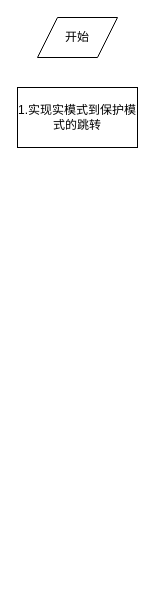
Earlier version of the draw.io diagram 操作系统课设/操作系统课设.drawio (AgentGuo/flow_chart). Source tidied: cells renumbered, new cells numbered last; positions are measured from the earlier drawing's top-left corner, leaving out a move shared by most shapes. Both pictures are drawn from the tidied source at 100%, with x=0, y=0 at pixel (17, 17).
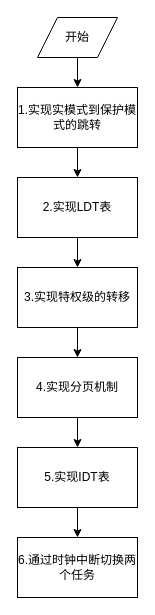
Above is the later version.

Commit message:
Update 操作系统课设.drawio

The edit, as a diff of the source:
```diff
@@
 <mxGraphModel>
   <root>
     <mxCell id="0" />
     <mxCell id="1" parent="0" />
+    <mxCell id="4" style="edgeStyle=orthogonalEdgeStyle;rounded=0;jettySize=auto;html=1;" parent="1" edge="1" source="2" target="3">
+      <mxGeometry relative="1" as="geometry" />
+    </mxCell>
     <mxCell id="2" value="开始" style="shape=parallelogram;perimeter=parallelogramPerimeter;whiteSpace=wrap;html=1;fixedSize=1;" parent="1" vertex="1">
       <mxGeometry x="20" width="80" height="40" as="geometry" />
     </mxCell>
+    <mxCell id="5" style="edgeStyle=orthogonalEdgeStyle;rounded=0;jettySize=auto;html=1;" parent="1" edge="1" source="3" target="7">
+      <mxGeometry relative="1" as="geometry" />
+    </mxCell>
     <mxCell id="3" value="1.实现实模式到保护模式的跳转" style="rounded=0;whiteSpace=wrap;html=1;" parent="1" vertex="1">
       <mxGeometry y="70" width="120" height="60" as="geometry" />
     </mxCell>
+    <mxCell id="6" style="edgeStyle=orthogonalEdgeStyle;rounded=0;jettySize=auto;html=1;" parent="1" edge="1" source="7" target="9">
+      <mxGeometry relative="1" as="geometry" />
+    </mxCell>
+    <mxCell id="7" value="2.实现LDT表" style="whiteSpace=wrap;html=1;" parent="1" vertex="1">
+      <mxGeometry y="160" width="120" height="60" as="geometry" />
+    </mxCell>
+    <mxCell id="8" style="edgeStyle=orthogonalEdgeStyle;rounded=0;jettySize=auto;html=1;" parent="1" edge="1" source="9" target="11">
+      <mxGeometry relative="1" as="geometry" />
+    </mxCell>
+    <mxCell id="9" value="3.实现特权级的转移" style="whiteSpace=wrap;html=1;" parent="1" vertex="1">
+      <mxGeometry y="250" width="120" height="60" as="geometry" />
+    </mxCell>
+    <mxCell id="10" style="edgeStyle=orthogonalEdgeStyle;rounded=0;jettySize=auto;html=1;" parent="1" edge="1" source="11" target="13">
+      <mxGeometry relative="1" as="geometry" />
+    </mxCell>
+    <mxCell id="11" value="4.实现分页机制" style="whiteSpace=wrap;html=1;" parent="1" vertex="1">
+      <mxGeometry y="340" width="120" height="60" as="geometry" />
+    </mxCell>
+    <mxCell id="12" style="edgeStyle=orthogonalEdgeStyle;rounded=0;jettySize=auto;html=1;" parent="1" edge="1" source="13" target="14">
+      <mxGeometry relative="1" as="geometry" />
+    </mxCell>
+    <mxCell id="13" value="5.实现IDT表" style="whiteSpace=wrap;html=1;" parent="1" vertex="1">
+      <mxGeometry y="430" width="120" height="60" as="geometry" />
+    </mxCell>
+    <mxCell id="14" value="6.通过时钟中断切换两个任务" style="whiteSpace=wrap;html=1;" parent="1" vertex="1">
+      <mxGeometry y="520" width="120" height="60" as="geometry" />
+    </mxCell>
   </root>
 </mxGraphModel>
```
